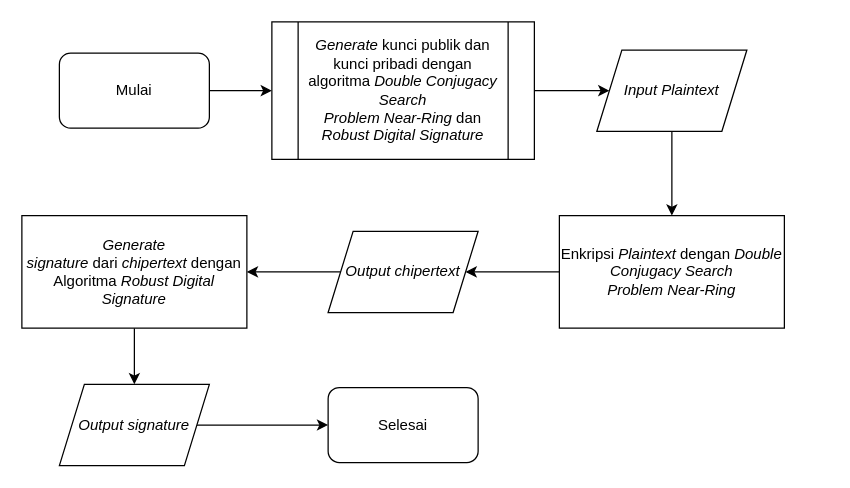
Earlier version of the draw.io diagram page "f-enkripsi-sign" (4 of 10) of sign-then-encrypt_scheme.drawio (eraldss1/diagram-signcryption). Source tidied: cells renumbered, new cells numbered last; positions are measured from the earlier drawing's top-left corner, leaving out a move shared by most shapes. Both pictures are drawn from the tidied source at 125%, with x=0, y=0 at pixel (21, 21).
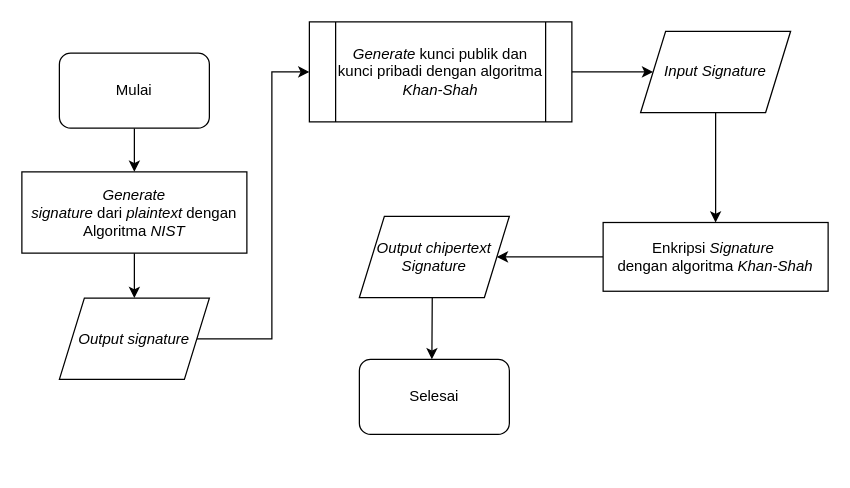
The same diagram, later.

The change refers to these unchanged cells:
```xml
<mxCell id="3" value="Mulai" style="rounded=1;whiteSpace=wrap;html=1;" parent="1" vertex="1">
  <mxGeometry x="30" y="25" width="120" height="60" as="geometry" />
</mxCell>
```

What changed in the source:
```diff
@@
-    <mxCell id="2" style="edgeStyle=orthogonalEdgeStyle;rounded=0;jettySize=auto;html=1;entryX=0;entryY=0.5;entryDx=0;entryDy=0;fontFamily=Helvetica;fontSize=12;" parent="1" edge="1" source="3" target="5">
-      <mxGeometry relative="1" as="geometry" />
+    <mxCell id="2" style="edgeStyle=orthogonalEdgeStyle;rounded=0;jettySize=auto;html=1;fontFamily=Helvetica;fontSize=12;" parent="1" edge="1" source="3">
+      <mxGeometry relative="1" as="geometry">
+        <mxPoint x="90" y="120" as="targetPoint" />
+      </mxGeometry>
     </mxCell>
@@
-    <mxCell id="5" value="&lt;i&gt;Generate &lt;/i&gt;kunci publik dan kunci pribadi dengan algoritma&amp;nbsp;&lt;span style=&quot;line-height: 107%;&quot; lang=&quot;IN&quot;&gt;&lt;i&gt;Double Conjugacy Search&lt;/i&gt;&lt;br&gt;&lt;i&gt;Problem Near-Ring &lt;/i&gt;dan &lt;i&gt;Robust Digital Signature&lt;/i&gt;&lt;/span&gt;" style="shape=process;whiteSpace=wrap;html=1;backgroundOutline=1;" parent="1" vertex="1">
-      <mxGeometry x="200" width="210" height="110" as="geometry" />
+    <mxCell id="5" value="&lt;i&gt;Generate &lt;/i&gt;kunci publik dan kunci pribadi dengan algoritma &lt;i&gt;Khan-Shah&lt;/i&gt;" style="shape=process;whiteSpace=wrap;html=1;backgroundOutline=1;" parent="1" vertex="1">
+      <mxGeometry x="230" width="210" height="80" as="geometry" />
     </mxCell>
@@
-    <mxCell id="7" value="&lt;i&gt;Input Plaintext&lt;/i&gt;" style="shape=parallelogram;perimeter=parallelogramPerimeter;whiteSpace=wrap;html=1;fixedSize=1;fontFamily=Helvetica;fontSize=12;" parent="1" vertex="1">
-      <mxGeometry x="460" y="22.5" width="120" height="65" as="geometry" />
+    <mxCell id="7" value="&lt;i&gt;Input Signature&lt;/i&gt;" style="shape=parallelogram;perimeter=parallelogramPerimeter;whiteSpace=wrap;html=1;fixedSize=1;fontFamily=Helvetica;fontSize=12;" parent="1" vertex="1">
+      <mxGeometry x="495" y="7.5" width="120" height="65" as="geometry" />
     </mxCell>
@@
-    <mxCell id="9" value="Enkripsi&amp;nbsp;&lt;i&gt;Plaintext&amp;nbsp;&lt;/i&gt;dengan&amp;nbsp;&lt;i&gt;Double Conjugacy Search&lt;/i&gt;&lt;br&gt;&lt;i&gt;Problem Near-Ring&lt;/i&gt;" style="rounded=0;whiteSpace=wrap;html=1;fontFamily=Helvetica;fontSize=12;" parent="1" vertex="1">
-      <mxGeometry x="430" y="155" width="180" height="90" as="geometry" />
+    <mxCell id="9" value="Enkripsi&amp;nbsp;&lt;i&gt;Signature&amp;nbsp;&lt;br&gt;&lt;/i&gt;dengan algoritma&amp;nbsp;&lt;i&gt;Khan-Shah&lt;/i&gt;" style="rounded=0;whiteSpace=wrap;html=1;fontFamily=Helvetica;fontSize=12;" parent="1" vertex="1">
+      <mxGeometry x="465" y="160.5" width="180" height="55" as="geometry" />
     </mxCell>
-    <mxCell id="10" style="edgeStyle=orthogonalEdgeStyle;rounded=0;jettySize=auto;html=1;entryX=1;entryY=0.5;entryDx=0;entryDy=0;fontFamily=Helvetica;fontSize=12;" parent="1" edge="1" source="11" target="13">
-      <mxGeometry relative="1" as="geometry" />
-    </mxCell>
+    <mxCell id="17" style="edgeStyle=orthogonalEdgeStyle;rounded=0;orthogonalLoop=1;jettySize=auto;html=1;fontFamily=Times New Roman;fontSize=14;" parent="1" edge="1">
+      <mxGeometry relative="1" as="geometry">
+        <mxPoint x="283" y="188" as="sourcePoint" />
+        <mxPoint x="328" y="270" as="targetPoint" />
+      </mxGeometry>
+    </mxCell>
-    <mxCell id="11" value="&lt;i&gt;Output chipertext&lt;/i&gt;" style="shape=parallelogram;perimeter=parallelogramPerimeter;whiteSpace=wrap;html=1;fixedSize=1;fontFamily=Helvetica;fontSize=12;" parent="1" vertex="1">
-      <mxGeometry x="245" y="167.5" width="120" height="65" as="geometry" />
+    <mxCell id="11" value="&lt;i&gt;Output chipertext&lt;br&gt;Signature&lt;br&gt;&lt;/i&gt;" style="shape=parallelogram;perimeter=parallelogramPerimeter;whiteSpace=wrap;html=1;fixedSize=1;fontFamily=Helvetica;fontSize=12;" parent="1" vertex="1">
+      <mxGeometry x="270" y="155.5" width="120" height="65" as="geometry" />
     </mxCell>
@@
-    <mxCell id="13" value="&lt;i&gt;Generate signature&amp;nbsp;&lt;/i&gt;dari&amp;nbsp;&lt;i&gt;chipertext&amp;nbsp;&lt;/i&gt;dengan Algoritma&amp;nbsp;&lt;i&gt;Robust Digital Signature&lt;/i&gt;" style="rounded=0;whiteSpace=wrap;html=1;fontFamily=Helvetica;fontSize=12;" parent="1" vertex="1">
-      <mxGeometry y="155" width="180" height="90" as="geometry" />
+    <mxCell id="13" value="&lt;i&gt;Generate signature&amp;nbsp;&lt;/i&gt;dari&amp;nbsp;&lt;i&gt;plaintext&amp;nbsp;&lt;/i&gt;dengan Algoritma&amp;nbsp;&lt;i&gt;NIST&lt;/i&gt;" style="rounded=0;whiteSpace=wrap;html=1;fontFamily=Helvetica;fontSize=12;" parent="1" vertex="1">
+      <mxGeometry y="120" width="180" height="65" as="geometry" />
     </mxCell>
-    <mxCell id="14" style="edgeStyle=orthogonalEdgeStyle;rounded=0;jettySize=auto;html=1;entryX=0;entryY=0.5;entryDx=0;entryDy=0;fontFamily=Helvetica;fontSize=12;" parent="1" edge="1" source="15" target="16">
-      <mxGeometry relative="1" as="geometry" />
+    <mxCell id="14" style="edgeStyle=orthogonalEdgeStyle;rounded=0;jettySize=auto;html=1;entryX=0;entryY=0.5;entryDx=0;entryDy=0;fontFamily=Helvetica;fontSize=12;" parent="1" edge="1" source="15" target="5">
+      <mxGeometry relative="1" as="geometry">
+        <Array as="points">
+          <mxPoint x="200" y="254" />
+          <mxPoint x="200" y="40" />
+        </Array>
+      </mxGeometry>
     </mxCell>
     <mxCell id="15" value="&lt;i&gt;Output signature&lt;/i&gt;" style="shape=parallelogram;perimeter=parallelogramPerimeter;whiteSpace=wrap;html=1;fixedSize=1;fontFamily=Helvetica;fontSize=12;" parent="1" vertex="1">
-      <mxGeometry x="30" y="290" width="120" height="65" as="geometry" />
+      <mxGeometry x="30" y="221" width="120" height="65" as="geometry" />
     </mxCell>
     <mxCell id="16" value="Selesai" style="rounded=1;whiteSpace=wrap;html=1;" parent="1" vertex="1">
-      <mxGeometry x="245" y="292.5" width="120" height="60" as="geometry" />
+      <mxGeometry x="270" y="270" width="120" height="60" as="geometry" />
     </mxCell>
```
